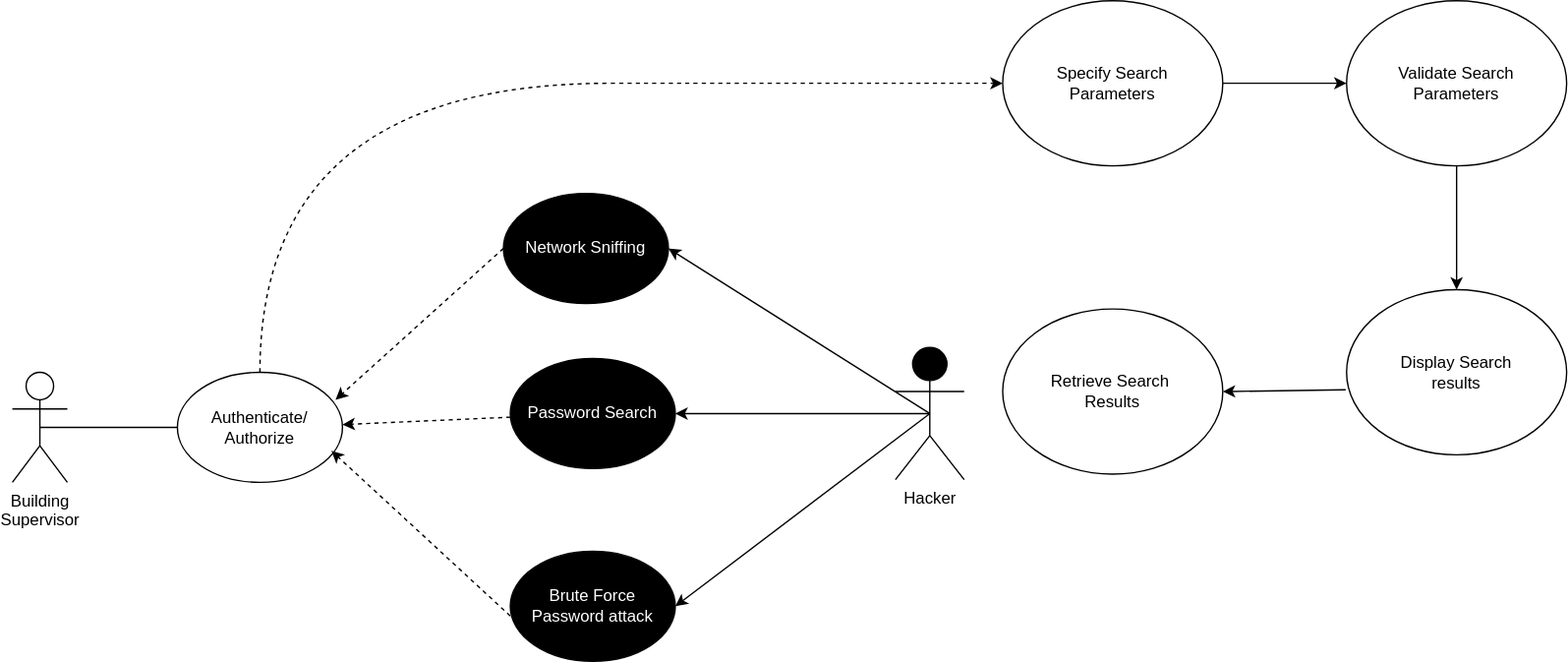
Before: images/SRCH-Misuse Case 1.svg, a diagram exported from draw.io (bartelsjoshuac/SAPG). Source tidied: cells renumbered, new cells last; positions are measured from the earlier drawing's top-left corner, leaving out a move shared by most shapes. Its diagram source:
```xml
<mxGraphModel>
  <root>
    <mxCell id="0" />
    <mxCell id="1" parent="0" />
    <mxCell id="2" style="edgeStyle=orthogonalEdgeStyle;rounded=0;jettySize=auto;html=1;exitX=0.5;exitY=0;exitDx=0;exitDy=0;entryX=0;entryY=0.5;entryDx=0;entryDy=0;curved=1;dashed=1;" parent="1" edge="1" source="3" target="5">
      <mxGeometry relative="1" as="geometry">
        <Array as="points">
          <mxPoint x="180" y="60" />
          <mxPoint x="690" y="60" />
        </Array>
      </mxGeometry>
    </mxCell>
    <mxCell id="3" value="Authenticate/&lt;br&gt;Authorize" style="ellipse;whiteSpace=wrap;html=1;" parent="1" vertex="1">
      <mxGeometry x="120" y="270" width="120" height="80" as="geometry" />
    </mxCell>
    <mxCell id="4" style="edgeStyle=orthogonalEdgeStyle;rounded=0;jettySize=auto;html=1;exitX=1;exitY=0.5;exitDx=0;exitDy=0;entryX=0;entryY=0.5;entryDx=0;entryDy=0;" parent="1" edge="1" source="5" target="6">
      <mxGeometry relative="1" as="geometry" />
    </mxCell>
    <mxCell id="5" value="Specify Search &lt;br&gt;Parameters" style="ellipse;whiteSpace=wrap;html=1;" parent="1" vertex="1">
      <mxGeometry x="720" width="160" height="120" as="geometry" />
    </mxCell>
    <mxCell id="6" value="Validate Search &lt;br&gt;Parameters" style="ellipse;whiteSpace=wrap;html=1;" parent="1" vertex="1">
      <mxGeometry x="970" width="160" height="120" as="geometry" />
    </mxCell>
    <mxCell id="7" value="Display Search &lt;br&gt;results" style="ellipse;whiteSpace=wrap;html=1;" parent="1" vertex="1">
      <mxGeometry x="970" y="210" width="160" height="120" as="geometry" />
    </mxCell>
    <mxCell id="8" style="endArrow=classic;html=1;rounded=0;entryX=0.5;entryY=0;entryDx=0;entryDy=0;exitX=0.5;exitY=1;exitDx=0;exitDy=0;" parent="1" edge="1" source="6" target="7">
      <mxGeometry relative="1" as="geometry" />
    </mxCell>
    <mxCell id="9" value="Retrieve Search&amp;nbsp;&lt;br&gt;Results" style="ellipse;whiteSpace=wrap;html=1;" parent="1" vertex="1">
      <mxGeometry x="720" y="224" width="160" height="120" as="geometry" />
    </mxCell>
    <mxCell id="10" style="endArrow=classic;html=1;rounded=0;entryX=1;entryY=0.5;entryDx=0;entryDy=0;exitX=-0.004;exitY=0.606;exitDx=0;exitDy=0;exitPerimeter=0;" parent="1" edge="1" source="7" target="9">
      <mxGeometry relative="1" as="geometry" />
    </mxCell>
    <mxCell id="11" value="&lt;font color=&quot;#ffffff&quot;&gt;Network Sniffing&lt;/font&gt;" style="ellipse;whiteSpace=wrap;html=1;fillColor=#000000;" parent="1" vertex="1">
      <mxGeometry x="357" y="140" width="120" height="80" as="geometry" />
    </mxCell>
    <mxCell id="12" value="&lt;font color=&quot;#ffffff&quot;&gt;Password Search&lt;/font&gt;" style="ellipse;whiteSpace=wrap;html=1;strokeColor=#000000;fillColor=#000000;" parent="1" vertex="1">
      <mxGeometry x="362" y="260" width="120" height="80" as="geometry" />
    </mxCell>
    <mxCell id="13" value="&lt;font color=&quot;#ffffff&quot;&gt;Brute Force Password attack&lt;/font&gt;" style="ellipse;whiteSpace=wrap;html=1;fillColor=#000000;" parent="1" vertex="1">
      <mxGeometry x="362" y="400" width="120" height="80" as="geometry" />
    </mxCell>
    <mxCell id="14" style="endArrow=classic;html=1;rounded=0;entryX=0.958;entryY=0.25;entryDx=0;entryDy=0;exitX=0;exitY=0.5;exitDx=0;exitDy=0;dashed=1;entryPerimeter=0;" parent="1" edge="1" source="11" target="3">
      <mxGeometry relative="1" as="geometry" />
    </mxCell>
    <mxCell id="15" style="endArrow=classic;html=1;rounded=0;dashed=1;" parent="1" edge="1" source="12">
      <mxGeometry relative="1" as="geometry">
        <mxPoint x="240" y="308" as="targetPoint" />
      </mxGeometry>
    </mxCell>
    <mxCell id="16" style="endArrow=classic;html=1;rounded=0;entryX=0.933;entryY=0.713;entryDx=0;entryDy=0;exitX=0;exitY=0.588;exitDx=0;exitDy=0;dashed=1;exitPerimeter=0;entryPerimeter=0;" parent="1" edge="1" source="13" target="3">
      <mxGeometry relative="1" as="geometry" />
    </mxCell>
    <mxCell id="17" value="Hacker" style="shape=umlActor;verticalLabelPosition=bottom;verticalAlign=top;html=1;outlineConnect=0;fillColor=#000000;" parent="1" vertex="1">
      <mxGeometry x="642" y="252" width="50" height="96" as="geometry" />
    </mxCell>
    <mxCell id="18" style="endArrow=classic;html=1;rounded=0;entryX=1;entryY=0.5;entryDx=0;entryDy=0;exitX=0.5;exitY=0.5;exitDx=0;exitDy=0;exitPerimeter=0;" parent="1" edge="1" source="17" target="11">
      <mxGeometry relative="1" as="geometry" />
    </mxCell>
    <mxCell id="19" style="endArrow=classic;html=1;rounded=0;entryX=1;entryY=0.5;entryDx=0;entryDy=0;exitX=0.5;exitY=0.5;exitDx=0;exitDy=0;exitPerimeter=0;" parent="1" edge="1" source="17" target="12">
      <mxGeometry relative="1" as="geometry" />
    </mxCell>
    <mxCell id="20" style="endArrow=classic;html=1;rounded=0;entryX=1;entryY=0.5;entryDx=0;entryDy=0;exitX=0.5;exitY=0.5;exitDx=0;exitDy=0;exitPerimeter=0;" parent="1" edge="1" source="17" target="13">
      <mxGeometry relative="1" as="geometry" />
    </mxCell>
    <mxCell id="21" value="Building &lt;br&gt;Supervisor" style="shape=umlActor;verticalLabelPosition=bottom;verticalAlign=top;html=1;outlineConnect=0;" parent="1" vertex="1">
      <mxGeometry y="270" width="40" height="80" as="geometry" />
    </mxCell>
    <mxCell id="22" style="endArrow=none;html=1;rounded=0;exitX=0.5;exitY=0.5;exitDx=0;exitDy=0;exitPerimeter=0;entryX=0;entryY=0.5;entryDx=0;entryDy=0;" parent="1" edge="1" source="21">
      <mxGeometry relative="1" as="geometry">
        <mxPoint x="120" y="310" as="targetPoint" />
      </mxGeometry>
    </mxCell>
  </root>
</mxGraphModel>
```
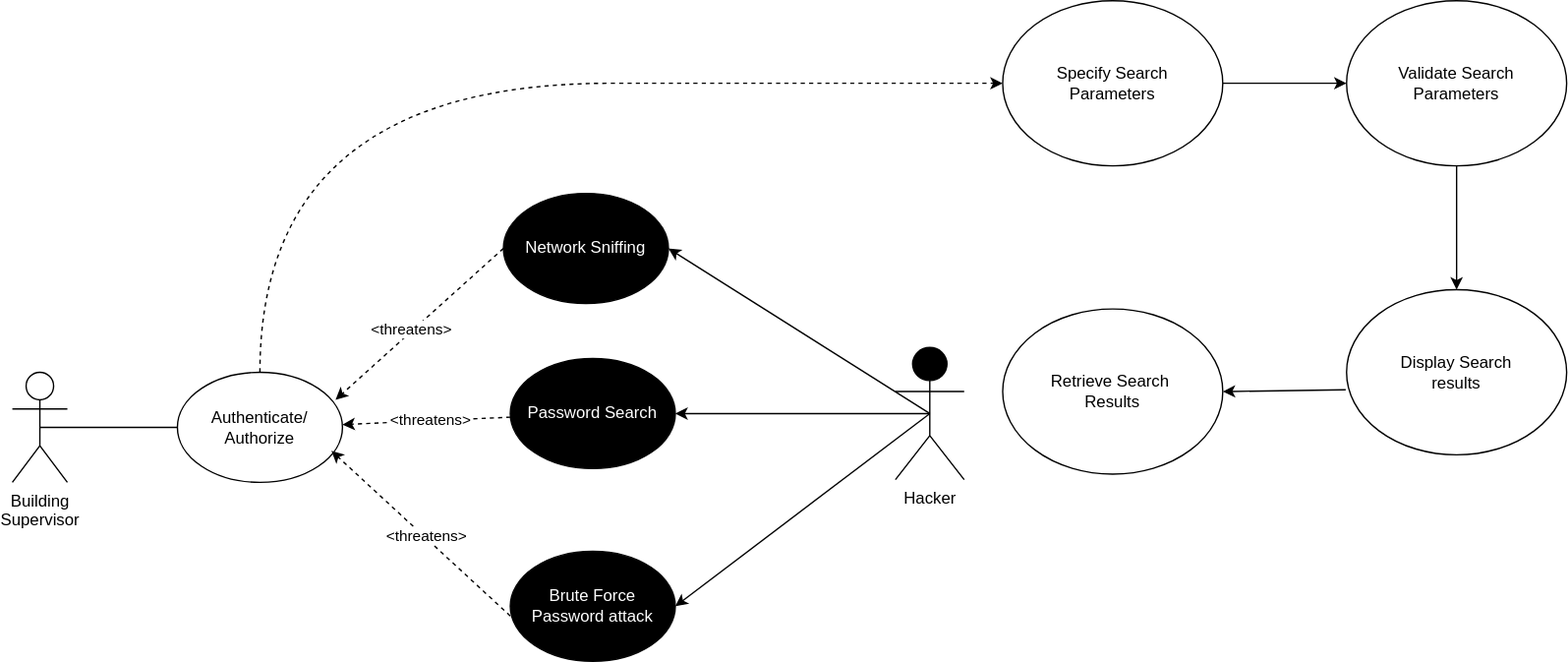
Above is the later version.

The edit, as a diff of the source:
```diff
@@ -46,14 +46,23 @@
     <mxCell id="14" style="endArrow=classic;html=1;rounded=0;entryX=0.958;entryY=0.25;entryDx=0;entryDy=0;exitX=0;exitY=0.5;exitDx=0;exitDy=0;dashed=1;entryPerimeter=0;" parent="1" edge="1" source="11" target="3">
       <mxGeometry relative="1" as="geometry" />
     </mxCell>
+    <mxCell id="23" value="&amp;lt;threatens&amp;gt;" style="edgeLabel;html=1;align=center;verticalAlign=middle;" parent="14" vertex="1">
+      <mxGeometry x="0.08" y="-2" relative="1" as="geometry" />
+    </mxCell>
     <mxCell id="15" style="endArrow=classic;html=1;rounded=0;dashed=1;" parent="1" edge="1" source="12">
       <mxGeometry relative="1" as="geometry">
         <mxPoint x="240" y="308" as="targetPoint" />
       </mxGeometry>
     </mxCell>
+    <mxCell id="24" value="&amp;lt;threatens&amp;gt;" style="edgeLabel;html=1;align=center;verticalAlign=middle;" parent="15" vertex="1">
+      <mxGeometry x="-0.03" y="-1" relative="1" as="geometry" />
+    </mxCell>
     <mxCell id="16" style="endArrow=classic;html=1;rounded=0;entryX=0.933;entryY=0.713;entryDx=0;entryDy=0;exitX=0;exitY=0.588;exitDx=0;exitDy=0;dashed=1;exitPerimeter=0;entryPerimeter=0;" parent="1" edge="1" source="13" target="3">
       <mxGeometry relative="1" as="geometry" />
     </mxCell>
+    <mxCell id="25" value="&amp;lt;threatens&amp;gt;" style="edgeLabel;html=1;align=center;verticalAlign=middle;" parent="16" vertex="1">
+      <mxGeometry x="-0.04" y="-1" relative="1" as="geometry" />
+    </mxCell>
     <mxCell id="17" value="Hacker" style="shape=umlActor;verticalLabelPosition=bottom;verticalAlign=top;html=1;outlineConnect=0;fillColor=#000000;" parent="1" vertex="1">
       <mxGeometry x="642" y="252" width="50" height="96" as="geometry" />
     </mxCell>
```
